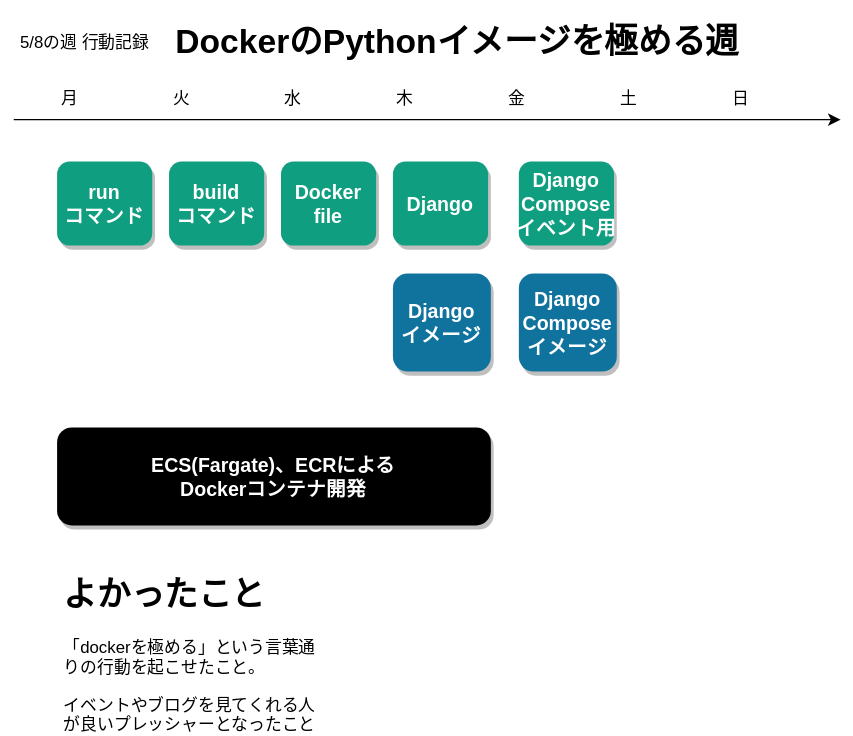
minegishirei/draw_v1 keeps this draw.io diagram as 人生設計-20230508.drawio.svg. Above is the earlier version. Source tidied: cells renumbered, new cells last; positions are measured from the earlier drawing's top-left corner, leaving out a move shared by most shapes.
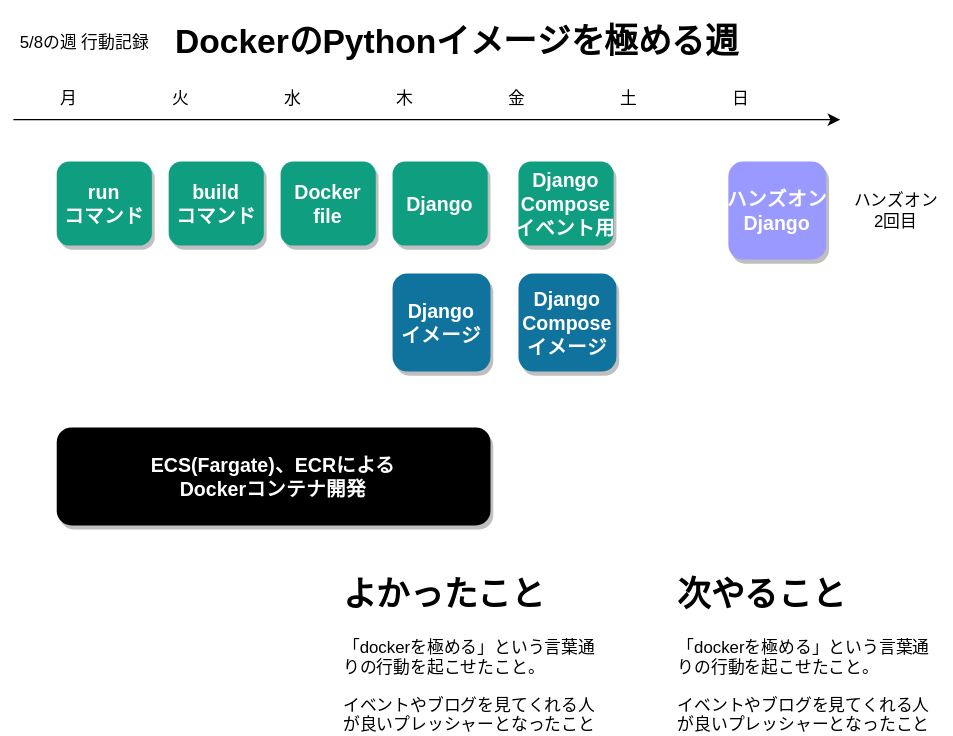
After the commit.

Commit message:
人生設計-20230508.drawio.svg を追加しました。

What changed in the source:
```diff
@@ -57,10 +57,19 @@
       <mxGeometry y="5" width="120" height="30" as="geometry" />
     </mxCell>
     <mxCell id="19" value="&lt;h1&gt;よかったこと&lt;/h1&gt;&lt;p&gt;「dockerを極める」という言葉通りの行動を起こせたこと。&lt;/p&gt;&lt;p&gt;イベントやブログを見てくれる人が良いプレッシャーとなったこと&lt;/p&gt;&lt;p&gt;&lt;br&gt;&lt;/p&gt;" style="text;html=1;strokeColor=none;fillColor=none;spacing=5;spacingTop=-20;whiteSpace=wrap;overflow=hidden;rounded=0;" parent="1" vertex="1">
-      <mxGeometry x="40" y="395" width="190" height="120" as="geometry" />
+      <mxGeometry x="240" y="395" width="190" height="120" as="geometry" />
     </mxCell>
     <mxCell id="20" value="&lt;h1&gt;DockerのPythonイメージを極める週&lt;/h1&gt;" style="text;html=1;strokeColor=none;fillColor=none;spacing=5;spacingTop=-20;whiteSpace=wrap;overflow=hidden;rounded=0;" parent="1" vertex="1">
       <mxGeometry x="120" width="430" height="40" as="geometry" />
     </mxCell>
+    <mxCell id="21" value="&lt;h1&gt;次やること&lt;/h1&gt;&lt;p&gt;「dockerを極める」という言葉通りの行動を起こせたこと。&lt;/p&gt;&lt;p&gt;イベントやブログを見てくれる人が良いプレッシャーとなったこと&lt;/p&gt;&lt;p&gt;&lt;br&gt;&lt;/p&gt;" style="text;html=1;strokeColor=none;fillColor=none;spacing=5;spacingTop=-20;whiteSpace=wrap;overflow=hidden;rounded=0;" parent="1" vertex="1">
+      <mxGeometry x="479" y="395" width="190" height="120" as="geometry" />
+    </mxCell>
+    <mxCell id="22" value="ハンズオン&#10;Django" style="rounded=1;fillColor=#9999FF;strokeColor=none;shadow=1;gradientColor=none;fontStyle=1;fontColor=#FFFFFF;fontSize=14;" parent="1" vertex="1">
+      <mxGeometry x="520" y="105" width="70" height="70" as="geometry" />
+    </mxCell>
+    <mxCell id="23" value="ハンズオン&lt;br&gt;2回目" style="text;html=1;strokeColor=none;fillColor=none;align=center;verticalAlign=middle;whiteSpace=wrap;rounded=0;" parent="1" vertex="1">
+      <mxGeometry x="600" y="119.5" width="80" height="41" as="geometry" />
+    </mxCell>
   </root>
 </mxGraphModel>
```
